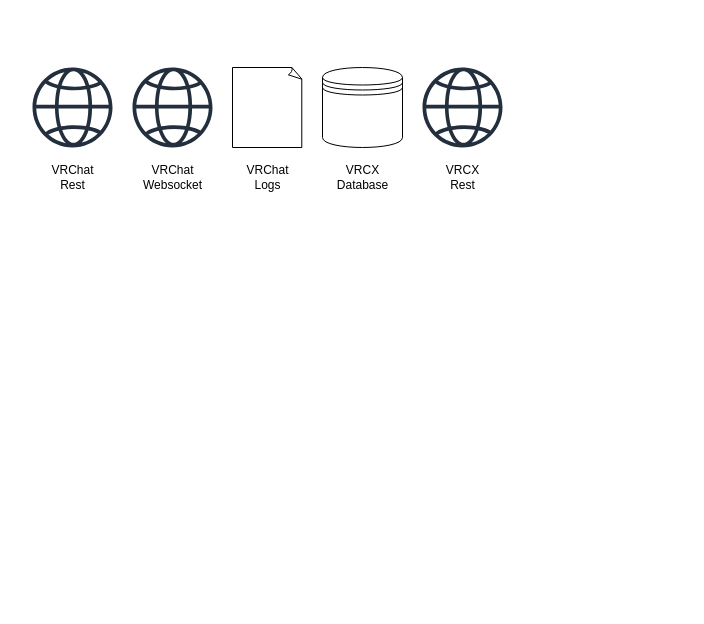
This is planning/Solution-Diagram.drawio from RubyEdge/VRCX, a draw.io file, before an edit. Source tidied: cells renumbered, new cells numbered last; positions are measured from the earlier drawing's top-left corner, leaving out a move shared by most shapes. Both pictures are drawn from the tidied source at 100%, with x=0, y=0 at pixel (32, 67).
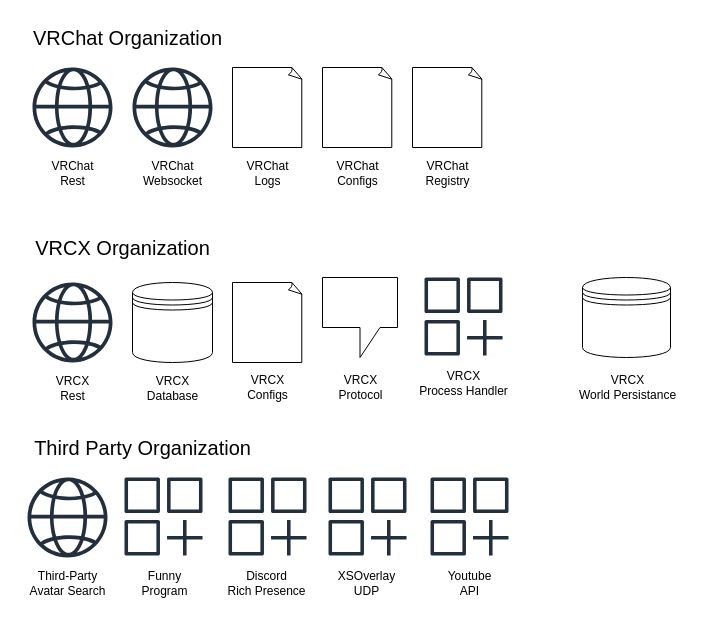
Above is the later version.

Commit message:
Added other sources

The change refers to these unchanged cells:
```xml
<mxCell id="2" style="group;" parent="1" vertex="1">
  <mxGeometry width="80" height="130" as="geometry" />
</mxCell>
<mxCell id="5" style="group;" parent="1" vertex="1">
  <mxGeometry x="100" width="80" height="130" as="geometry" />
</mxCell>
<mxCell id="12" style="group;" parent="1" vertex="1">
  <mxGeometry x="200" width="70" height="130" as="geometry" />
</mxCell>
```

Change to the diagram source:
```diff
@@
     <mxCell id="4" value="VRChat&lt;br&gt;Rest" style="text;html=1;align=center;verticalAlign=middle;strokeColor=none;fillColor=none;" parent="2" vertex="1">
-      <mxGeometry x="10" y="90" width="60" height="40" as="geometry" />
+      <mxGeometry x="10" y="86" width="60" height="40" as="geometry" />
     </mxCell>
@@
     <mxCell id="7" value="VRChat&lt;br&gt;Websocket" style="text;html=1;align=center;verticalAlign=middle;strokeColor=none;fillColor=none;" parent="5" vertex="1">
-      <mxGeometry y="90" width="80" height="40" as="geometry" />
+      <mxGeometry y="86" width="80" height="40" as="geometry" />
     </mxCell>
@@
     <mxCell id="9" style="group;" parent="1" vertex="1">
-      <mxGeometry x="290" width="80" height="130" as="geometry" />
+      <mxGeometry x="100" y="215" width="80" height="130" as="geometry" />
     </mxCell>
@@
     <mxCell id="11" value="VRCX&lt;br&gt;Database" style="text;html=1;align=center;verticalAlign=middle;strokeColor=none;fillColor=none;" parent="9" vertex="1">
-      <mxGeometry x="5" y="90" width="70" height="40" as="geometry" />
+      <mxGeometry x="5" y="86" width="70" height="40" as="geometry" />
     </mxCell>
@@
     <mxCell id="14" value="VRChat&lt;br&gt;Logs" style="text;html=1;align=center;verticalAlign=middle;strokeColor=none;fillColor=none;" parent="12" vertex="1">
-      <mxGeometry x="5" y="90" width="60" height="40" as="geometry" />
+      <mxGeometry x="5" y="86" width="60" height="40" as="geometry" />
     </mxCell>
     <mxCell id="15" style="group;" parent="1" vertex="1">
-      <mxGeometry x="390" width="80" height="130" as="geometry" />
+      <mxGeometry y="215" width="80" height="130" as="geometry" />
     </mxCell>
@@
     <mxCell id="17" value="VRCX&lt;br&gt;Rest" style="text;html=1;align=center;verticalAlign=middle;strokeColor=none;fillColor=none;" parent="15" vertex="1">
-      <mxGeometry x="10" y="90" width="60" height="40" as="geometry" />
+      <mxGeometry x="10" y="86" width="60" height="40" as="geometry" />
     </mxCell>
+    <mxCell id="18" style="group;" parent="1" vertex="1">
+      <mxGeometry x="290" width="70" height="130" as="geometry" />
+    </mxCell>
+    <mxCell id="19" style="whiteSpace=wrap;html=1;shape=mxgraph.basic.document;" parent="18" vertex="1">
+      <mxGeometry width="70" height="80" as="geometry" />
+    </mxCell>
+    <mxCell id="20" style="group;" parent="1" vertex="1">
+      <mxGeometry x="380" width="70" height="130" as="geometry" />
+    </mxCell>
+    <mxCell id="21" style="whiteSpace=wrap;html=1;shape=mxgraph.basic.document;" parent="20" vertex="1">
+      <mxGeometry width="70" height="80" as="geometry" />
+    </mxCell>
+    <mxCell id="22" value="VRChat&lt;br&gt;Registry" style="text;html=1;align=center;verticalAlign=middle;strokeColor=none;fillColor=none;" parent="20" vertex="1">
+      <mxGeometry y="86" width="70" height="40" as="geometry" />
+    </mxCell>
+    <mxCell id="23" style="group;" parent="1" vertex="1">
+      <mxGeometry x="200" y="215" width="70" height="130" as="geometry" />
+    </mxCell>
+    <mxCell id="24" style="whiteSpace=wrap;html=1;shape=mxgraph.basic.document;" parent="23" vertex="1">
+      <mxGeometry width="70" height="80" as="geometry" />
+    </mxCell>
+    <mxCell id="25" value="VRCX&lt;br&gt;Configs" style="text;html=1;align=center;verticalAlign=middle;strokeColor=none;fillColor=none;" parent="23" vertex="1">
+      <mxGeometry x="5" y="85" width="60" height="40" as="geometry" />
+    </mxCell>
+    <mxCell id="26" value="&lt;font style=&quot;font-size: 20px;&quot;&gt;VRChat Organization&lt;/font&gt;" style="text;html=1;align=center;verticalAlign=middle;strokeColor=none;fillColor=none;" parent="1" vertex="1">
+      <mxGeometry x="-10" y="-50" width="210" height="40" as="geometry" />
+    </mxCell>
+    <mxCell id="27" value="&lt;font style=&quot;font-size: 20px;&quot;&gt;VRCX Organization&lt;/font&gt;" style="text;html=1;align=center;verticalAlign=middle;strokeColor=none;fillColor=none;" parent="1" vertex="1">
+      <mxGeometry x="-10" y="160" width="200" height="40" as="geometry" />
+    </mxCell>
+    <mxCell id="28" style="group;" parent="1" vertex="1">
+      <mxGeometry x="-10" y="410" width="90" height="130" as="geometry" />
+    </mxCell>
+    <mxCell id="29" style="sketch=0;fontColor=#232F3E;gradientColor=none;fillColor=#232F3D;strokeColor=none;dashed=0;verticalLabelPosition=bottom;verticalAlign=top;align=center;html=1;fontSize=12;fontStyle=0;shape=mxgraph.aws4.globe;" parent="28" vertex="1">
+      <mxGeometry x="5" width="80" height="80" as="geometry" />
+    </mxCell>
+    <mxCell id="30" value="Third-Party&lt;br&gt;Avatar Search" style="text;html=1;align=center;verticalAlign=middle;strokeColor=none;fillColor=none;" parent="28" vertex="1">
+      <mxGeometry x="-5" y="86" width="100" height="40" as="geometry" />
+    </mxCell>
+    <mxCell id="31" value="&lt;font style=&quot;font-size: 20px;&quot;&gt;Third Party Organization&lt;/font&gt;" style="text;html=1;align=center;verticalAlign=middle;strokeColor=none;fillColor=none;" parent="1" vertex="1">
+      <mxGeometry x="-10" y="360" width="240" height="40" as="geometry" />
+    </mxCell>
+    <mxCell id="32" value="VRChat&lt;br&gt;Configs" style="text;html=1;align=center;verticalAlign=middle;strokeColor=none;fillColor=none;" parent="1" vertex="1">
+      <mxGeometry x="295" y="86" width="60" height="40" as="geometry" />
+    </mxCell>
+    <mxCell id="33" style="group;" parent="1" vertex="1">
+      <mxGeometry x="92" y="410" width="78" height="130" as="geometry" />
+    </mxCell>
+    <mxCell id="34" style="sketch=0;fontColor=#232F3E;gradientColor=none;fillColor=#232F3D;strokeColor=none;dashed=0;verticalLabelPosition=bottom;verticalAlign=top;align=center;html=1;fontSize=12;fontStyle=0;shape=mxgraph.aws4.generic_application;" parent="33" vertex="1">
+      <mxGeometry width="78" height="78" as="geometry" />
+    </mxCell>
+    <mxCell id="35" value="Funny&lt;br&gt;Program" style="text;html=1;align=center;verticalAlign=middle;strokeColor=none;fillColor=none;" parent="33" vertex="1">
+      <mxGeometry x="5" y="86" width="70" height="40" as="geometry" />
+    </mxCell>
+    <mxCell id="36" style="group;" parent="1" vertex="1">
+      <mxGeometry x="540" y="210" width="110" height="130" as="geometry" />
+    </mxCell>
+    <mxCell id="37" style="shape=datastore;whiteSpace=wrap;html=1;" parent="36" vertex="1">
+      <mxGeometry x="10" width="88" height="80" as="geometry" />
+    </mxCell>
+    <mxCell id="38" value="VRCX&lt;br&gt;World Persistance" style="text;html=1;align=center;verticalAlign=middle;strokeColor=none;fillColor=none;" parent="36" vertex="1">
+      <mxGeometry x="-5" y="90" width="120" height="40" as="geometry" />
+    </mxCell>
+    <mxCell id="39" style="group;" parent="1" vertex="1">
+      <mxGeometry x="290" y="210" width="75" height="130" as="geometry" />
+    </mxCell>
+    <mxCell id="40" style="shape=callout;whiteSpace=wrap;html=1;perimeter=calloutPerimeter;" parent="39" vertex="1">
+      <mxGeometry width="75" height="80" as="geometry" />
+    </mxCell>
+    <mxCell id="41" value="VRCX&lt;br&gt;&lt;div&gt;Protocol&lt;/div&gt;" style="text;html=1;align=center;verticalAlign=middle;strokeColor=none;fillColor=none;" parent="39" vertex="1">
+      <mxGeometry x="2.5" y="90" width="70" height="40" as="geometry" />
+    </mxCell>
+    <mxCell id="42" style="group;" parent="1" vertex="1">
+      <mxGeometry x="190" y="410" width="90" height="130" as="geometry" />
+    </mxCell>
+    <mxCell id="43" style="sketch=0;fontColor=#232F3E;gradientColor=none;fillColor=#232F3D;strokeColor=none;dashed=0;verticalLabelPosition=bottom;verticalAlign=top;align=center;html=1;fontSize=12;fontStyle=0;shape=mxgraph.aws4.generic_application;" parent="42" vertex="1">
+      <mxGeometry x="6" width="78" height="78" as="geometry" />
+    </mxCell>
+    <mxCell id="44" value="Discord&lt;br&gt;Rich Presence" style="text;html=1;align=center;verticalAlign=middle;strokeColor=none;fillColor=none;" parent="42" vertex="1">
+      <mxGeometry x="-6" y="86" width="100" height="40" as="geometry" />
+    </mxCell>
+    <mxCell id="45" style="group;" parent="1" vertex="1">
+      <mxGeometry x="290" y="410" width="90" height="130" as="geometry" />
+    </mxCell>
+    <mxCell id="46" style="sketch=0;fontColor=#232F3E;gradientColor=none;fillColor=#232F3D;strokeColor=none;dashed=0;verticalLabelPosition=bottom;verticalAlign=top;align=center;html=1;fontSize=12;fontStyle=0;shape=mxgraph.aws4.generic_application;" parent="45" vertex="1">
+      <mxGeometry x="6" width="78" height="78" as="geometry" />
+    </mxCell>
+    <mxCell id="47" value="XSOverlay&lt;br&gt;UDP" style="text;html=1;align=center;verticalAlign=middle;strokeColor=none;fillColor=none;" parent="45" vertex="1">
+      <mxGeometry x="4" y="86" width="80" height="40" as="geometry" />
+    </mxCell>
+    <mxCell id="48" style="group;" parent="1" vertex="1">
+      <mxGeometry x="390" y="410" width="94" height="130" as="geometry" />
+    </mxCell>
+    <mxCell id="49" style="sketch=0;fontColor=#232F3E;gradientColor=none;fillColor=#232F3D;strokeColor=none;dashed=0;verticalLabelPosition=bottom;verticalAlign=top;align=center;html=1;fontSize=12;fontStyle=0;shape=mxgraph.aws4.generic_application;" parent="48" vertex="1">
+      <mxGeometry x="8" width="78" height="78" as="geometry" />
+    </mxCell>
+    <mxCell id="50" value="Youtube&lt;br&gt;API" style="text;html=1;align=center;verticalAlign=middle;strokeColor=none;fillColor=none;" parent="48" vertex="1">
+      <mxGeometry x="12" y="86" width="70" height="40" as="geometry" />
+    </mxCell>
+    <mxCell id="51" style="group;" parent="1" vertex="1">
+      <mxGeometry x="380" y="210" width="106" height="130" as="geometry" />
+    </mxCell>
+    <mxCell id="52" style="sketch=0;fontColor=#232F3E;gradientColor=none;fillColor=#232F3D;strokeColor=none;dashed=0;verticalLabelPosition=bottom;verticalAlign=top;align=center;html=1;fontSize=12;fontStyle=0;shape=mxgraph.aws4.generic_application;" parent="51" vertex="1">
+      <mxGeometry x="12" width="78" height="78" as="geometry" />
+    </mxCell>
+    <mxCell id="53" value="VRCX&lt;br&gt;Process Handler" style="text;html=1;align=center;verticalAlign=middle;strokeColor=none;fillColor=none;" parent="51" vertex="1">
+      <mxGeometry x="-4" y="86" width="110" height="40" as="geometry" />
+    </mxCell>
```
